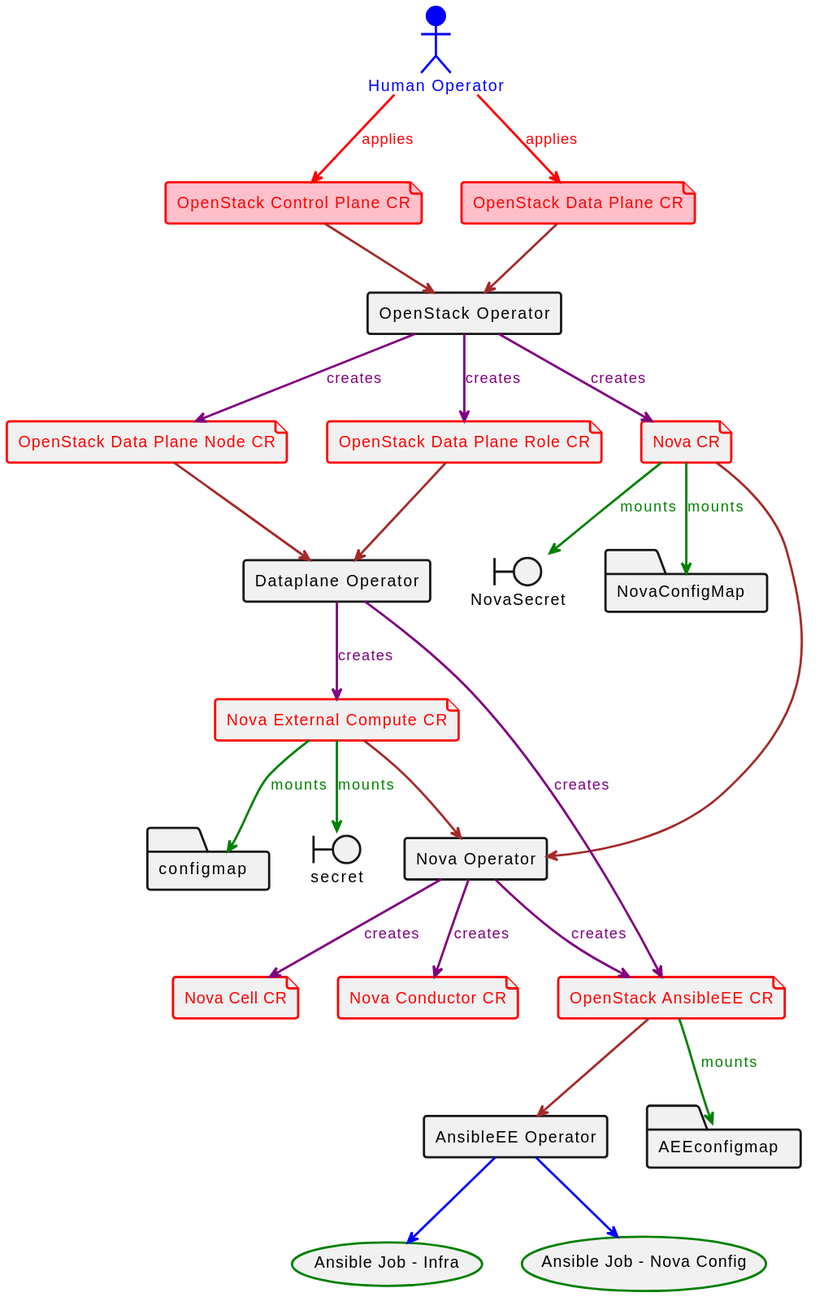
The PlantUML diagram docs/diagrams/out/edpm.svg in openstack-k8s-operators/dataplane-operator, before a commit.
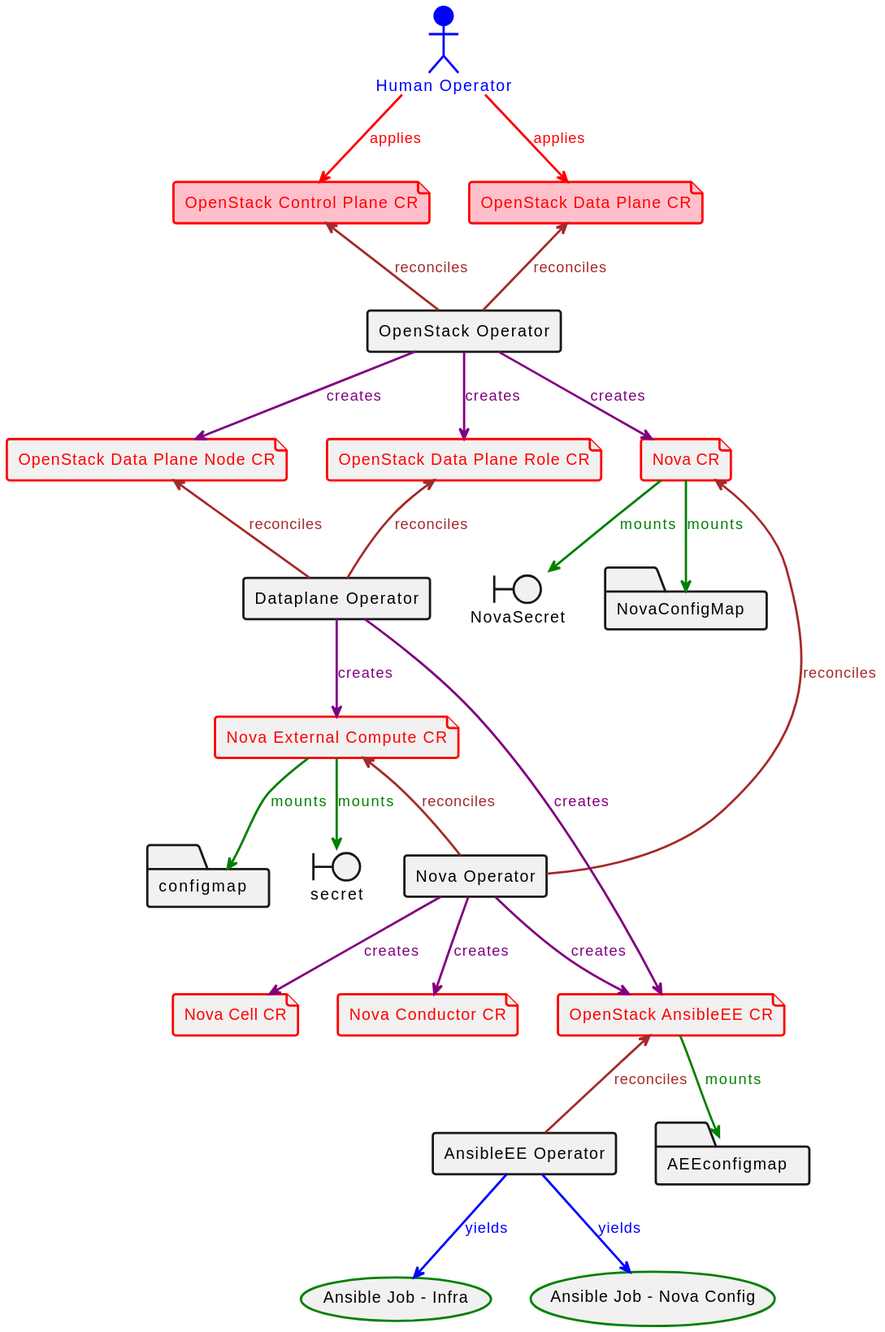
After the commit.

Commit message:
Fix minor issues on EDPM diagram

The edit, as a diff of the source:
```diff
@@ -28,22 +28,20 @@
 
 user --> OCPCR #line:red;line.bold;text:red  : applies
 user --> ODPCR #line:red;line.bold;text:red  : applies
-
-
-OCPCR --> OSOp #line:brown;line.bold
-ODPCR --> OSOp #line:brown;line.bold
+OCPCR <-- OSOp #line:brown;line.bold;text:brown : reconciles
+ODPCR <-- OSOp #line:brown;line.bold;text:brown : reconciles
 OSOp --> NCR #line:purple;line.bold;text:purple  : creates
 OSOp --> ODPNCR #line:purple;line.bold;text:purple  : creates
 OSOp --> ODPRCR #line:purple;line.bold;text:purple  : creates
-ODPNCR --> DOp #line:brown;line.bold
-ODPRCR --> DOp #line:brown;line.bold
-NCR --> NOp #line:brown;line.bold
+ODPNCR <-- DOp #line:brown;line.bold;text:brown : reconciles
+ODPRCR <-- DOp #line:brown;line.bold;text:brown : reconciles
+NCR <-- NOp #line:brown;line.bold;text:brown : reconciles
 DOp --> AEECR #line:purple;line.bold;text:purple  : creates
 DOp --> NECCR #line:purple;line.bold;text:purple  : creates
-AEECR --> AEEOp #line:brown;line.bold
-NECCR --> NOp #line:brown;line.bold
-AEEOp --> AJI #line:blue;line.bold
-AEEOp --> AJNC #line:blue;line.bold
+AEECR <-- AEEOp #line:brown;line.bold;text:brown : reconciles
+NECCR <-- NOp #line:brown;line.bold;text:brown : reconciles
+AEEOp --> AJI #line:blue;line.bold;text:blue : yields
+AEEOp --> AJNC #line:blue;line.bold;text:blue : yields
 NOp --> AEECR #line:purple;line.bold;text:purple  : creates
 NOp --> NCeCR #line:purple;line.bold;text:purple  : creates
 NOp --> NCoCR #line:purple;line.bold;text:purple  : creates
```
